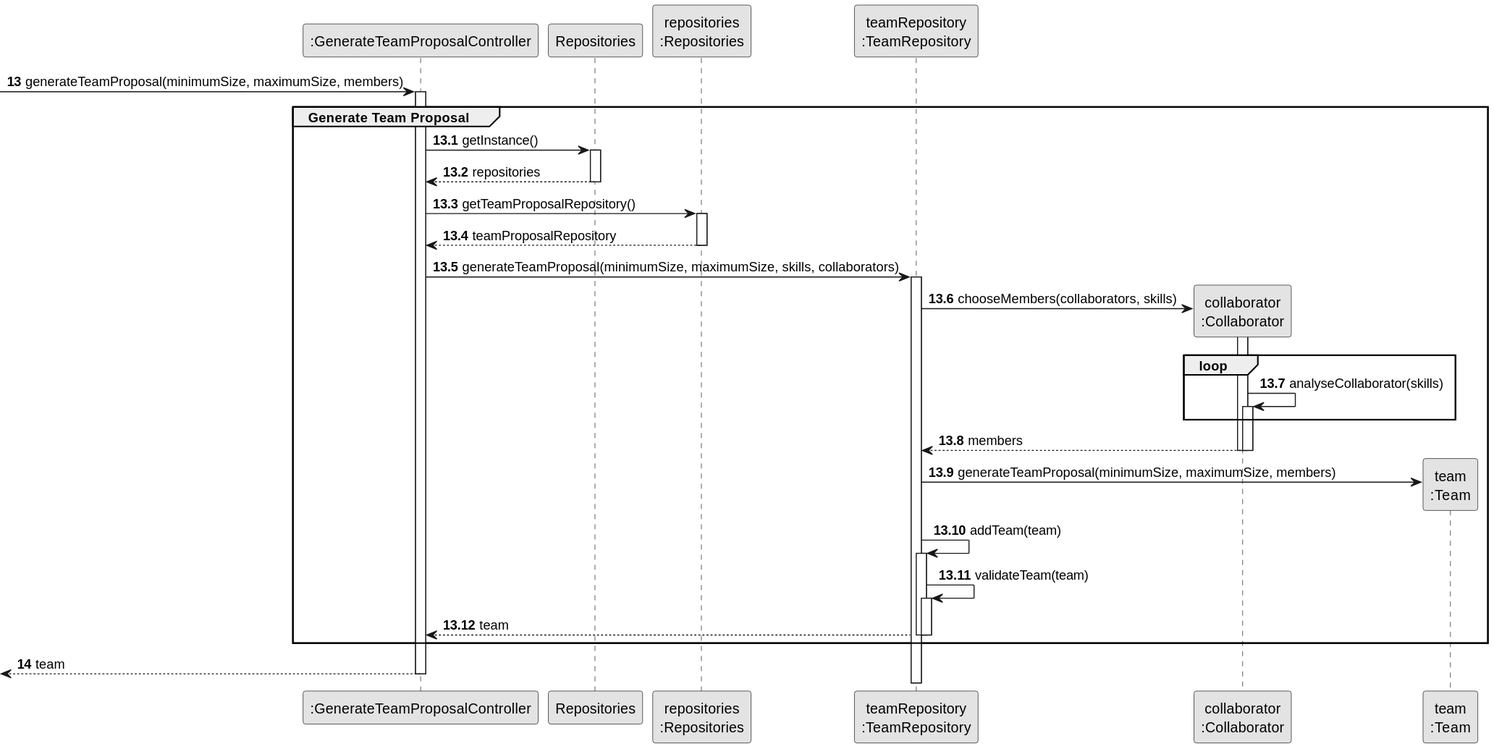
Before: docs/sprintB/us005/03.design/svg/us005-sequence-diagram-partial-generate-team-proposal.svg, a diagram exported from PlantUML (diogoveirospro/lei-24-s2-1dg-g072).
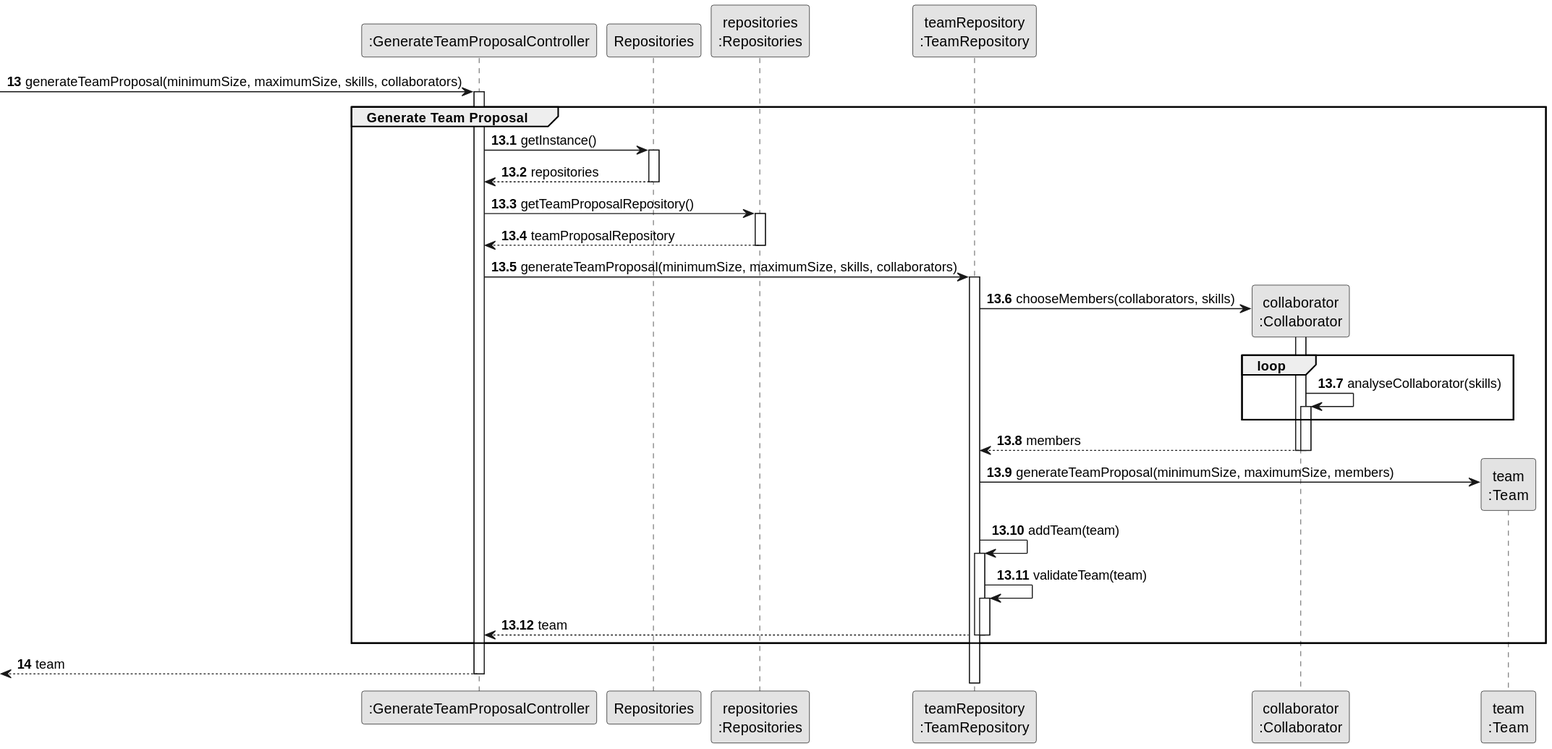
Later version of the same file.

What changed in the source:
```diff
@@ -11,7 +11,7 @@
 participant "team\n:Team" as team
 
 autonumber 13
--> CTRL : generateTeamProposal(minimumSize, maximumSize, members)
+-> CTRL : generateTeamProposal(minimumSize, maximumSize, skills, collaborators)
 
 autonumber 13.1
 
```
